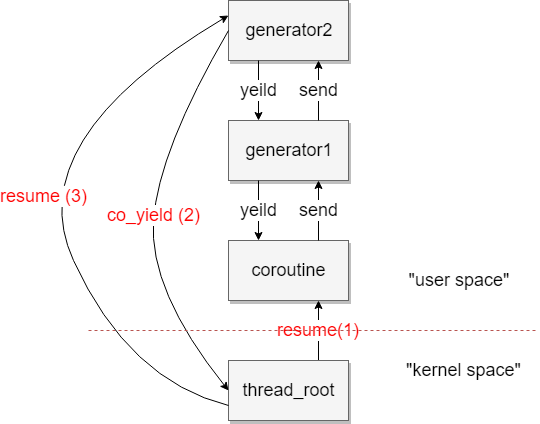
Above: images/coroutine_stack.png in Xudong-Huang/Xudong-Huang.github.io (draw.io), before the change. Source tidied: cells renumbered, new cells last; positions are measured from the earlier drawing's top-left corner, leaving out a move shared by most shapes. Its diagram source:
```xml
<mxGraphModel background="#ffffff">
  <root>
    <mxCell id="0" style="html=1;" />
    <mxCell id="1" style="html=1;" parent="0" />
    <mxCell id="2" value="resume(1)" style="edgeStyle=elbowEdgeStyle;rounded=0;html=1;startArrow=none;startFill=0;jettySize=auto;fontSize=18;elbow=vertical;exitX=0.75;exitY=0;exitDx=0;exitDy=0;entryX=0.75;entryY=1;entryDx=0;entryDy=0;fontColor=#FF0000;" parent="1" edge="1" source="6" target="5">
      <mxGeometry relative="1" as="geometry" />
    </mxCell>
    <mxCell id="3" value="generator2" style="whiteSpace=wrap;html=1;shadow=1;fontSize=18;fillColor=#f5f5f5;strokeColor=#666666;" parent="1" vertex="1">
      <mxGeometry x="210" width="120" height="60" as="geometry" />
    </mxCell>
    <mxCell id="4" value="generator1" style="whiteSpace=wrap;html=1;shadow=1;fontSize=18;fillColor=#f5f5f5;strokeColor=#666666;" parent="1" vertex="1">
      <mxGeometry x="210" y="120" width="120" height="60" as="geometry" />
    </mxCell>
    <mxCell id="5" value="coroutine" style="whiteSpace=wrap;html=1;shadow=1;fontSize=18;fillColor=#f5f5f5;strokeColor=#666666;" parent="1" vertex="1">
      <mxGeometry x="210" y="240" width="120" height="60" as="geometry" />
    </mxCell>
    <mxCell id="6" value="thread_root" style="whiteSpace=wrap;html=1;shadow=1;fontSize=18;fillColor=#f5f5f5;strokeColor=#666666;" parent="1" vertex="1">
      <mxGeometry x="210" y="360" width="120" height="60" as="geometry" />
    </mxCell>
    <mxCell id="7" value="send" style="edgeStyle=elbowEdgeStyle;rounded=0;html=1;startArrow=none;startFill=0;jettySize=auto;fontSize=18;elbow=vertical;entryX=0.75;entryY=1;entryDx=0;entryDy=0;exitX=0.75;exitY=0;exitDx=0;exitDy=0;" parent="1" edge="1" source="5" target="4">
      <mxGeometry relative="1" as="geometry" />
    </mxCell>
    <mxCell id="8" value="send" style="edgeStyle=elbowEdgeStyle;rounded=0;html=1;startArrow=none;startFill=0;jettySize=auto;fontSize=18;elbow=vertical;entryX=0.75;entryY=1;entryDx=0;entryDy=0;exitX=0.75;exitY=0;exitDx=0;exitDy=0;" parent="1" edge="1" source="4" target="3">
      <mxGeometry relative="1" as="geometry" />
    </mxCell>
    <mxCell id="9" value="yeild" style="edgeStyle=elbowEdgeStyle;rounded=0;html=1;startArrow=none;startFill=0;jettySize=auto;fontSize=18;elbow=vertical;entryX=0.25;entryY=0;entryDx=0;entryDy=0;exitX=0.25;exitY=1;exitDx=0;exitDy=0;" parent="1" edge="1" source="3" target="4">
      <mxGeometry relative="1" as="geometry" />
    </mxCell>
    <mxCell id="10" value="yeild" style="edgeStyle=elbowEdgeStyle;rounded=0;html=1;startArrow=none;startFill=0;jettySize=auto;fontSize=18;elbow=vertical;entryX=0.25;entryY=0;entryDx=0;entryDy=0;exitX=0.25;exitY=1;exitDx=0;exitDy=0;" parent="1" edge="1" source="4" target="5">
      <mxGeometry relative="1" as="geometry" />
    </mxCell>
    <mxCell id="11" value="co_yield (2)" style="curved=1;endArrow=classic;html=1;exitX=0;exitY=0.5;exitDx=0;exitDy=0;entryX=0;entryY=0.5;entryDx=0;entryDy=0;fontSize=18;fontColor=#FF0000;" parent="1" edge="1" source="3" target="6">
      <mxGeometry relative="1" as="geometry">
        <Array as="points">
          <mxPoint x="140" y="150" />
          <mxPoint x="130" y="290" />
        </Array>
      </mxGeometry>
    </mxCell>
    <mxCell id="12" style="endArrow=none;dashed=1;html=1;fillColor=#f8cecc;strokeColor=#b85450;" parent="1" edge="1">
      <mxGeometry relative="1" as="geometry">
        <mxPoint x="70" y="330" as="sourcePoint" />
        <mxPoint x="520" y="330" as="targetPoint" />
      </mxGeometry>
    </mxCell>
    <mxCell id="13" value="&quot;kernel space&quot;" style="text;html=1;strokeColor=none;fillColor=none;align=center;verticalAlign=middle;whiteSpace=wrap;rounded=0;fontSize=18;" parent="1" vertex="1">
      <mxGeometry x="380" y="360" width="130" height="20" as="geometry" />
    </mxCell>
    <mxCell id="14" value="&quot;user space&quot;" style="text;html=1;strokeColor=none;fillColor=none;align=center;verticalAlign=middle;whiteSpace=wrap;rounded=0;fontSize=18;" parent="1" vertex="1">
      <mxGeometry x="370" y="270" width="140" height="20" as="geometry" />
    </mxCell>
    <mxCell id="15" value="resume (3)" style="curved=1;endArrow=classic;html=1;fontSize=18;exitX=0;exitY=0.75;exitDx=0;exitDy=0;entryX=0;entryY=0.25;entryDx=0;entryDy=0;fontColor=#FF0000;" parent="1" edge="1" source="6" target="3">
      <mxGeometry relative="1" as="geometry">
        <Array as="points">
          <mxPoint x="110" y="380" />
          <mxPoint y="140" />
        </Array>
      </mxGeometry>
    </mxCell>
  </root>
</mxGraphModel>
```
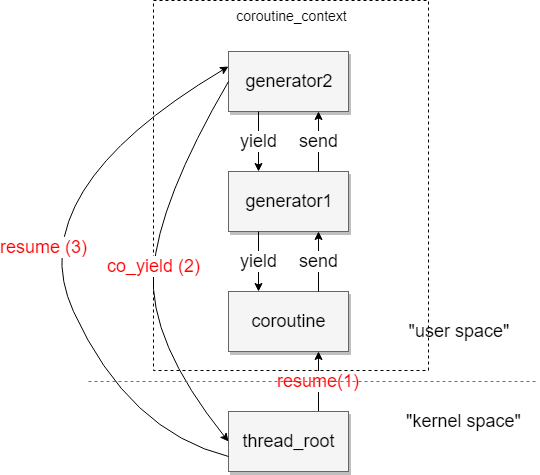
Above is the later version.

Commit message:
:pencil: update coroutine slide

What changed in the source:
```diff
@@ -2,6 +2,9 @@
   <root>
     <mxCell id="0" style="html=1;" />
     <mxCell id="1" style="html=1;" parent="0" />
+    <mxCell id="16" value="coroutine_context" style="rounded=0;whiteSpace=wrap;html=1;fontSize=14;dashed=1;verticalAlign=top;" parent="1" vertex="1">
+      <mxGeometry x="135" y="-51" width="275" height="370" as="geometry" />
+    </mxCell>
     <mxCell id="2" value="resume(1)" style="edgeStyle=elbowEdgeStyle;rounded=0;html=1;startArrow=none;startFill=0;jettySize=auto;fontSize=18;elbow=vertical;exitX=0.75;exitY=0;exitDx=0;exitDy=0;entryX=0.75;entryY=1;entryDx=0;entryDy=0;fontColor=#FF0000;" parent="1" edge="1" source="6" target="5">
       <mxGeometry relative="1" as="geometry" />
     </mxCell>
@@ -23,10 +26,10 @@
     <mxCell id="8" value="send" style="edgeStyle=elbowEdgeStyle;rounded=0;html=1;startArrow=none;startFill=0;jettySize=auto;fontSize=18;elbow=vertical;entryX=0.75;entryY=1;entryDx=0;entryDy=0;exitX=0.75;exitY=0;exitDx=0;exitDy=0;" parent="1" edge="1" source="4" target="3">
       <mxGeometry relative="1" as="geometry" />
     </mxCell>
-    <mxCell id="9" value="yeild" style="edgeStyle=elbowEdgeStyle;rounded=0;html=1;startArrow=none;startFill=0;jettySize=auto;fontSize=18;elbow=vertical;entryX=0.25;entryY=0;entryDx=0;entryDy=0;exitX=0.25;exitY=1;exitDx=0;exitDy=0;" parent="1" edge="1" source="3" target="4">
+    <mxCell id="9" value="yield" style="edgeStyle=elbowEdgeStyle;rounded=0;html=1;startArrow=none;startFill=0;jettySize=auto;fontSize=18;elbow=vertical;entryX=0.25;entryY=0;entryDx=0;entryDy=0;exitX=0.25;exitY=1;exitDx=0;exitDy=0;" parent="1" edge="1" source="3" target="4">
       <mxGeometry relative="1" as="geometry" />
     </mxCell>
-    <mxCell id="10" value="yeild" style="edgeStyle=elbowEdgeStyle;rounded=0;html=1;startArrow=none;startFill=0;jettySize=auto;fontSize=18;elbow=vertical;entryX=0.25;entryY=0;entryDx=0;entryDy=0;exitX=0.25;exitY=1;exitDx=0;exitDy=0;" parent="1" edge="1" source="4" target="5">
+    <mxCell id="10" value="yield" style="edgeStyle=elbowEdgeStyle;rounded=0;html=1;startArrow=none;startFill=0;jettySize=auto;fontSize=18;elbow=vertical;entryX=0.25;entryY=0;entryDx=0;entryDy=0;exitX=0.25;exitY=1;exitDx=0;exitDy=0;" parent="1" edge="1" source="4" target="5">
       <mxGeometry relative="1" as="geometry" />
     </mxCell>
     <mxCell id="11" value="co_yield (2)" style="curved=1;endArrow=classic;html=1;exitX=0;exitY=0.5;exitDx=0;exitDy=0;entryX=0;entryY=0.5;entryDx=0;entryDy=0;fontSize=18;fontColor=#FF0000;" parent="1" edge="1" source="3" target="6">
```
